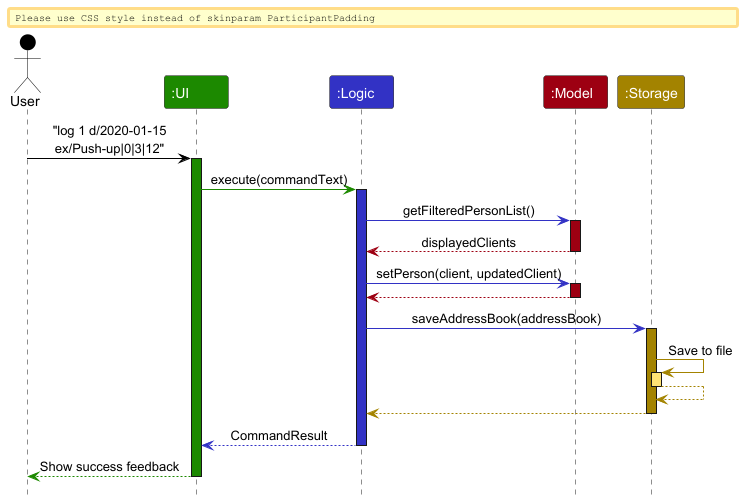
Earlier version of the PlantUML export docs/images/ArchitectureSequenceDiagram.png (AY2627S1-CS2103T-T14-1/tp). The source it was exported from:
```plantuml
@startuml
!include style.puml
skinparam ArrowFontStyle plain

Actor User as user USER_COLOR
Participant ":UI" as ui UI_COLOR
Participant ":Logic" as logic LOGIC_COLOR
Participant ":Model" as model MODEL_COLOR
Participant ":Storage" as storage STORAGE_COLOR

user -[USER_COLOR]> ui : "log 1 d/2020-01-15\nex/Push-up|0|3|12"
activate ui UI_COLOR

ui -[UI_COLOR]> logic : execute(commandText)
activate logic LOGIC_COLOR

logic -[LOGIC_COLOR]> model : getFilteredPersonList()
activate model MODEL_COLOR
model --[MODEL_COLOR]> logic : displayedClients
deactivate model

logic -[LOGIC_COLOR]> model : setPerson(client, updatedClient)
activate model MODEL_COLOR
model --[MODEL_COLOR]> logic
deactivate model

logic -[LOGIC_COLOR]> storage : saveAddressBook(addressBook)
activate storage STORAGE_COLOR

storage -[STORAGE_COLOR]> storage : Save to file
activate storage STORAGE_COLOR_T1
storage --[STORAGE_COLOR]> storage
deactivate storage

storage --[STORAGE_COLOR]> logic
deactivate storage

logic --[LOGIC_COLOR]> ui : CommandResult
deactivate logic

ui --[UI_COLOR]> user : Show success feedback
deactivate ui
@enduml
```
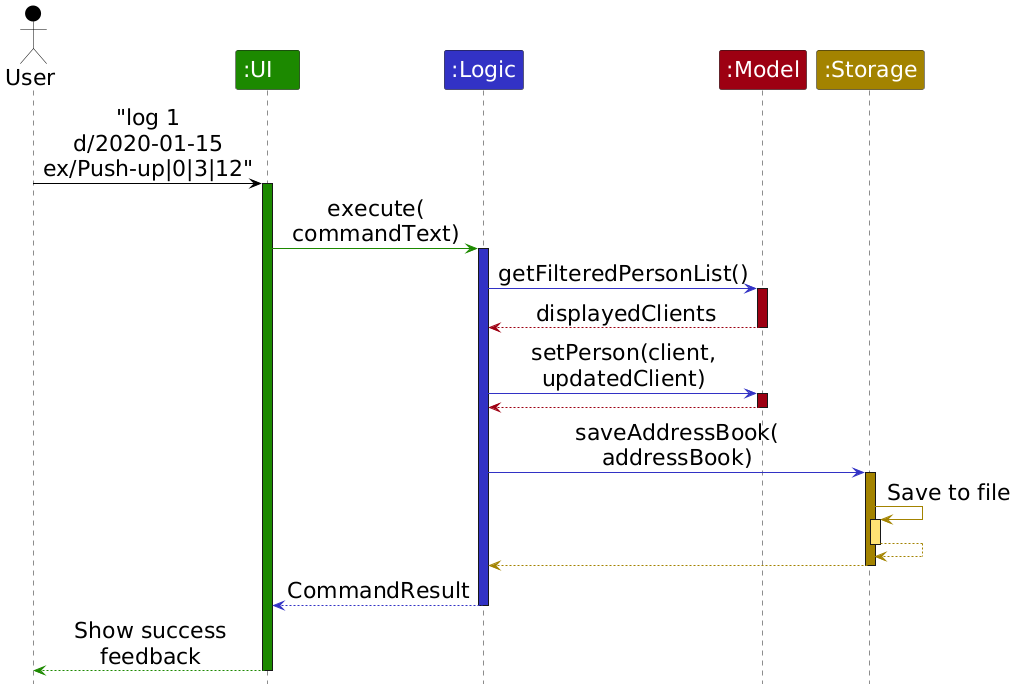
The same diagram one commit later.

Commit message:
Regenerate readable workout architecture sequence diagram

Diff of the diagram source:
```diff
@@ -1,6 +1,9 @@
 @startuml
 !include style.puml
 skinparam ArrowFontStyle plain
+skinparam ArrowFontSize 22
+skinparam SequenceParticipantFontSize 22
+skinparam SequenceActorFontSize 22
 
 Actor User as user USER_COLOR
 Participant ":UI" as ui UI_COLOR
@@ -8,10 +11,10 @@
 Participant ":Model" as model MODEL_COLOR
 Participant ":Storage" as storage STORAGE_COLOR
 
-user -[USER_COLOR]> ui : "log 1 d/2020-01-15\nex/Push-up|0|3|12"
+user -[USER_COLOR]> ui : "log 1\nd/2020-01-15\nex/Push-up|0|3|12"
 activate ui UI_COLOR
 
-ui -[UI_COLOR]> logic : execute(commandText)
+ui -[UI_COLOR]> logic : execute(\ncommandText)
 activate logic LOGIC_COLOR
 
 logic -[LOGIC_COLOR]> model : getFilteredPersonList()
@@ -19,12 +22,12 @@
 model --[MODEL_COLOR]> logic : displayedClients
 deactivate model
 
-logic -[LOGIC_COLOR]> model : setPerson(client, updatedClient)
+logic -[LOGIC_COLOR]> model : setPerson(client,\nupdatedClient)
 activate model MODEL_COLOR
 model --[MODEL_COLOR]> logic
 deactivate model
 
-logic -[LOGIC_COLOR]> storage : saveAddressBook(addressBook)
+logic -[LOGIC_COLOR]> storage : saveAddressBook(\naddressBook)
 activate storage STORAGE_COLOR
 
 storage -[STORAGE_COLOR]> storage : Save to file
@@ -38,6 +41,6 @@
 logic --[LOGIC_COLOR]> ui : CommandResult
 deactivate logic
 
-ui --[UI_COLOR]> user : Show success feedback
+ui --[UI_COLOR]> user : Show success\nfeedback
 deactivate ui
 @enduml
```
